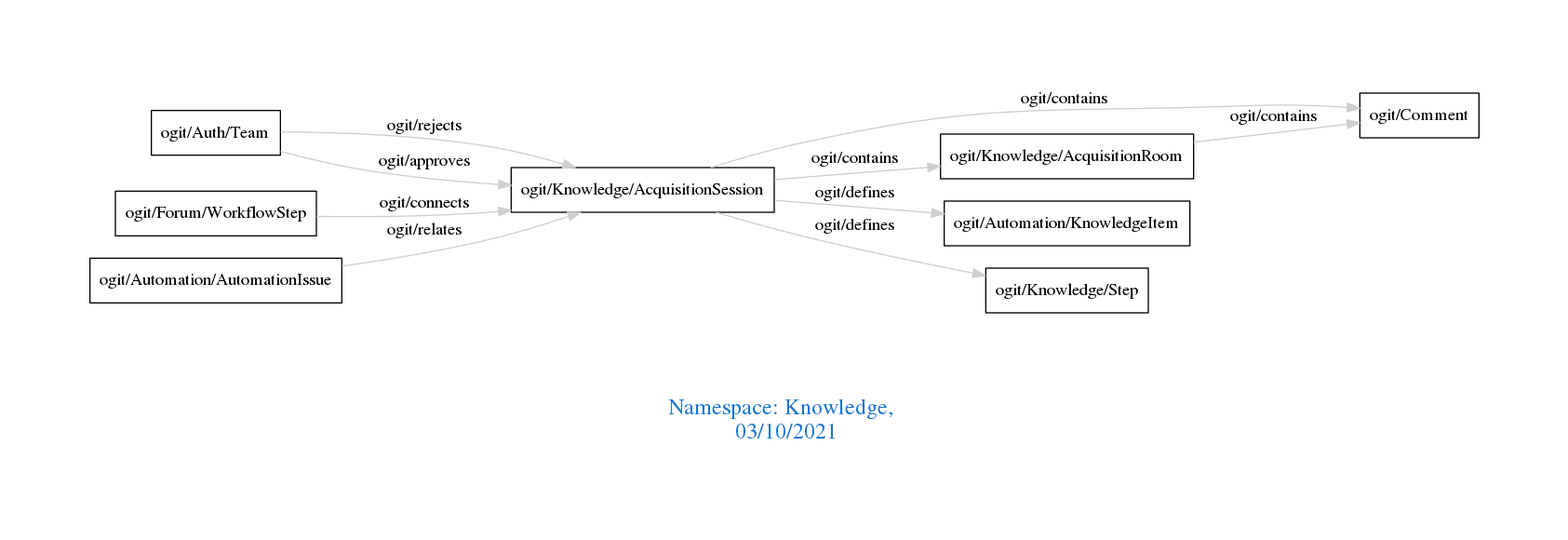
This is downloads/Knowledge.png from arago/OGIT, a Graphviz export, as it was before one commit. Its source is kept beside it as downloads/Knowledge.dot.
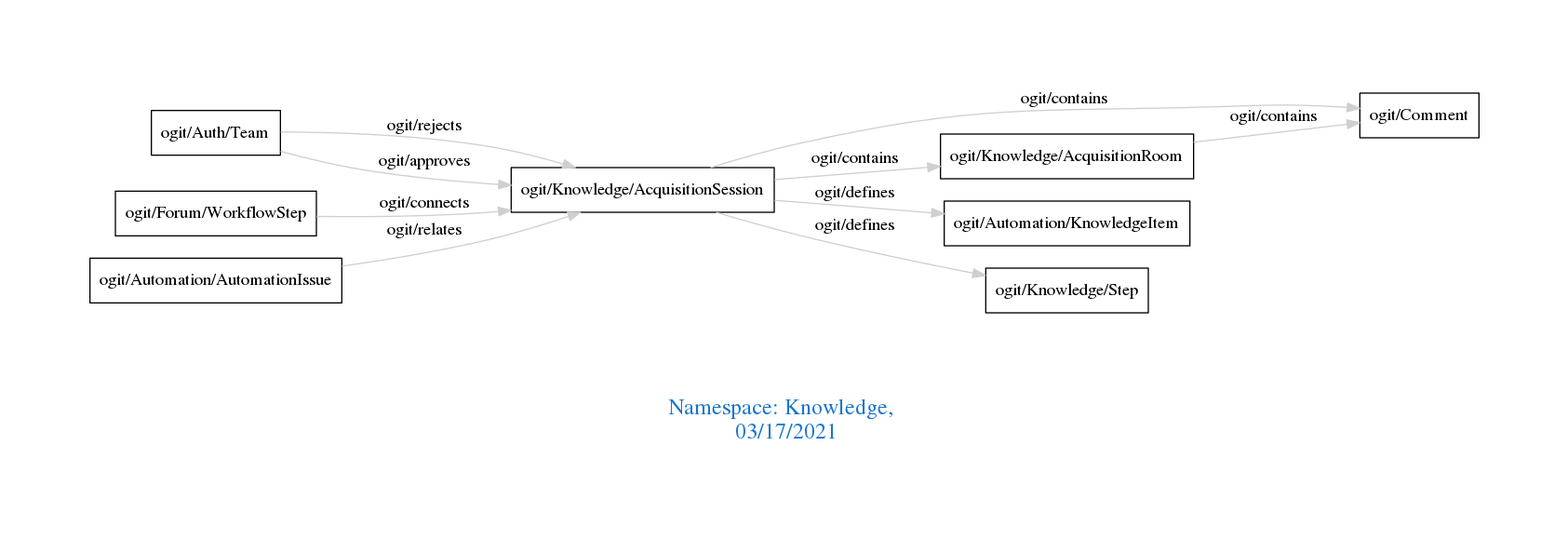
The same file after the commit.

The edit, as a diff of the source:
```diff
@@ -1,7 +1,7 @@
 digraph OGIT_ontology {
  graph [ rankdir= LR,pad=1
 fontsize = 18,
-fontcolor= dodgerblue3,label = "\n\n\nNamespace: Knowledge, \n 03/10/2021"];
+fontcolor= dodgerblue3,label = "\n\n\nNamespace: Knowledge, \n 03/17/2021"];
 node[shape=polygon];
 edge [  color="gray81"];
 
```
